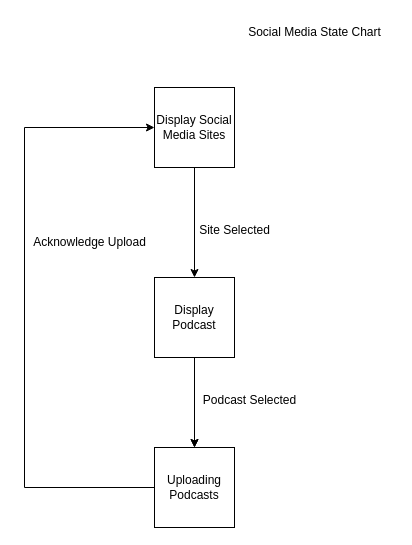
This is D6a-Statecharts/social_media_statechart.drawio from Glizzus/COMP-3700, a draw.io file, before an edit. Source tidied: cells renumbered, new cells numbered last; positions are measured from the earlier drawing's top-left corner, leaving out a move shared by most shapes. Both pictures are drawn from the tidied source at 100%, with x=0, y=0 at pixel (19, 17).
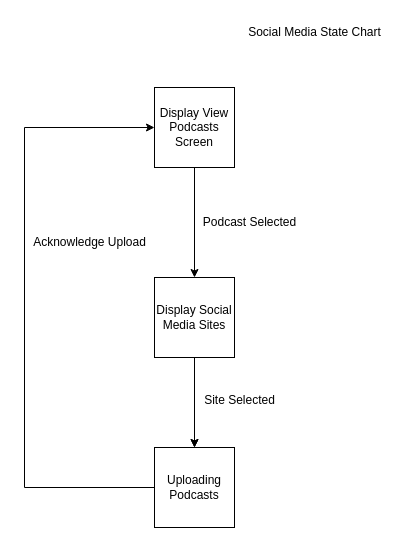
Above is the later version.

What changed in the source:
```diff
@@
 <mxGraphModel>
   <root>
     <mxCell id="0" />
     <mxCell id="1" parent="0" />
     <mxCell id="2" style="edgeStyle=orthogonalEdgeStyle;rounded=0;jettySize=auto;html=1;" parent="1" edge="1" source="3" target="6">
       <mxGeometry relative="1" as="geometry" />
     </mxCell>
-    <mxCell id="3" value="Display Social Media Sites" style="whiteSpace=wrap;html=1;" parent="1" vertex="1">
+    <mxCell id="3" value="Display View Podcasts Screen" style="whiteSpace=wrap;html=1;" parent="1" vertex="1">
       <mxGeometry x="135" y="70" width="80" height="80" as="geometry" />
     </mxCell>
     <mxCell id="4" style="edgeStyle=orthogonalEdgeStyle;rounded=0;jettySize=auto;html=1;" parent="1" edge="1" source="6">
       <mxGeometry relative="1" as="geometry">
         <mxPoint x="175" y="430" as="targetPoint" />
       </mxGeometry>
     </mxCell>
     <mxCell id="5" style="edgeStyle=orthogonalEdgeStyle;rounded=0;jettySize=auto;html=1;" parent="1" edge="1" source="6" target="10">
       <mxGeometry relative="1" as="geometry" />
     </mxCell>
-    <mxCell id="6" value="Display Podcast" style="whiteSpace=wrap;html=1;" parent="1" vertex="1">
+    <mxCell id="6" value="Display Social Media Sites" style="whiteSpace=wrap;html=1;" parent="1" vertex="1">
       <mxGeometry x="135" y="260" width="80" height="80" as="geometry" />
     </mxCell>
-    <mxCell id="7" value="Site Selected" style="text;html=1;align=center;verticalAlign=middle;strokeColor=none;fillColor=none;" parent="1" vertex="1">
-      <mxGeometry x="170" y="198" width="90" height="30" as="geometry" />
+    <mxCell id="7" value="Podcast Selected" style="text;html=1;align=center;verticalAlign=middle;strokeColor=none;fillColor=none;" parent="1" vertex="1">
+      <mxGeometry x="170" y="190" width="120" height="30" as="geometry" />
     </mxCell>
-    <mxCell id="8" value="Podcast Selected" style="text;html=1;align=center;verticalAlign=middle;strokeColor=none;fillColor=none;" parent="1" vertex="1">
-      <mxGeometry x="170" y="368" width="120" height="30" as="geometry" />
+    <mxCell id="8" value="Site Selected" style="text;html=1;align=center;verticalAlign=middle;strokeColor=none;fillColor=none;" parent="1" vertex="1">
+      <mxGeometry x="175" y="368" width="90" height="30" as="geometry" />
     </mxCell>
     <mxCell id="9" style="edgeStyle=orthogonalEdgeStyle;rounded=0;jettySize=auto;html=1;entryX=0;entryY=0.5;entryDx=0;entryDy=0;" parent="1" edge="1" source="10" target="3">
       <mxGeometry relative="1" as="geometry">
         <Array as="points">
           <mxPoint x="5" y="470" />
           <mxPoint x="5" y="110" />
         </Array>
       </mxGeometry>
     </mxCell>
     <mxCell id="10" value="Uploading Podcasts" style="whiteSpace=wrap;html=1;" parent="1" vertex="1">
       <mxGeometry x="135" y="430" width="80" height="80" as="geometry" />
     </mxCell>
     <mxCell id="11" value="Acknowledge Upload" style="text;html=1;align=center;verticalAlign=middle;strokeColor=none;fillColor=none;" parent="1" vertex="1">
       <mxGeometry y="210" width="140" height="30" as="geometry" />
     </mxCell>
     <mxCell id="12" value="Social Media State Chart" style="text;html=1;align=center;verticalAlign=middle;strokeColor=none;fillColor=none;" parent="1" vertex="1">
       <mxGeometry x="215" width="160" height="30" as="geometry" />
     </mxCell>
   </root>
 </mxGraphModel>
```
